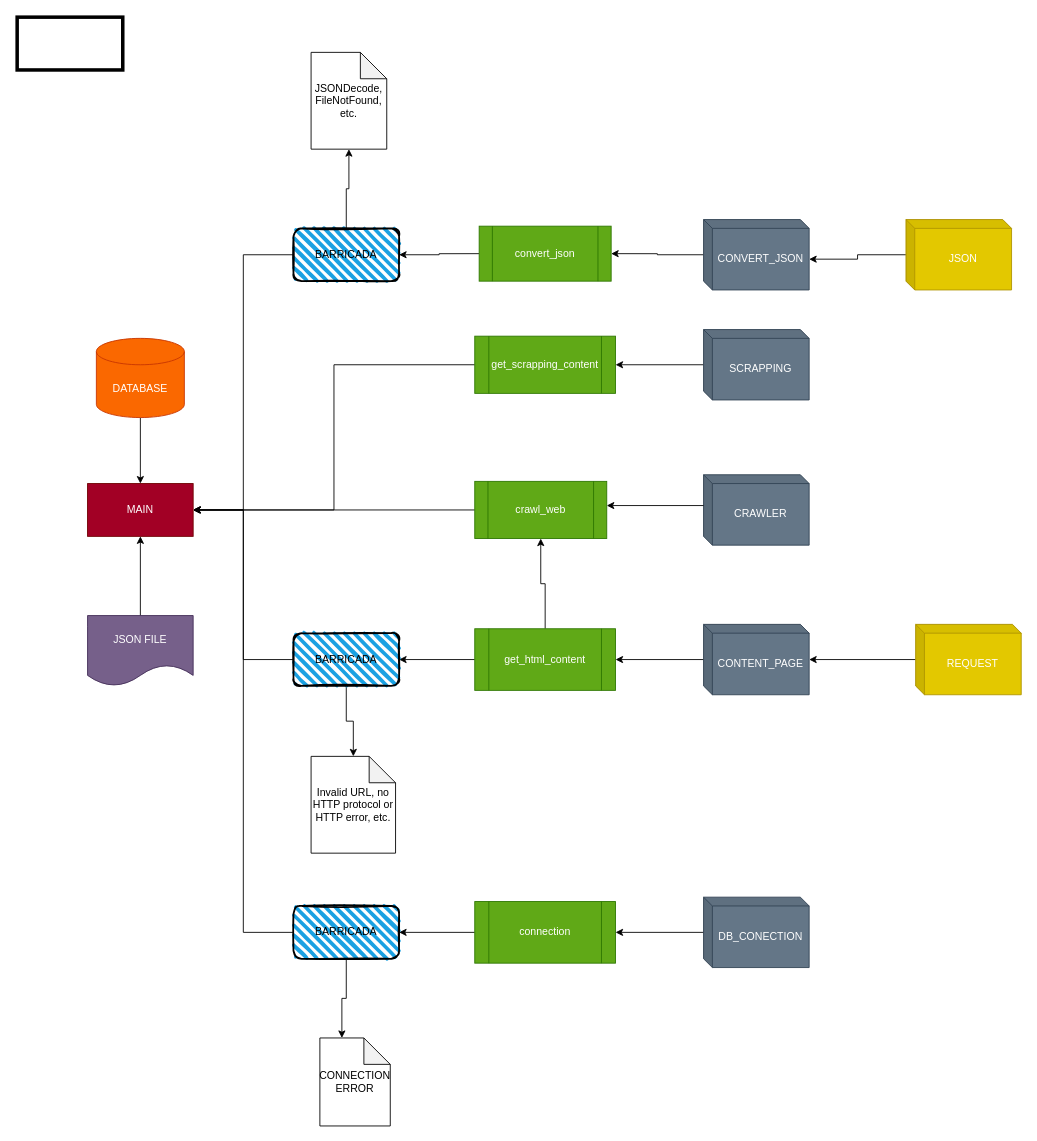
The draw.io diagram page "Page-1" (2 of 2) of docs/DiagramaComponentes.drawio in MateoGarciaG/RicksyProject, before the edit. Source tidied: cells renumbered, new cells numbered last; positions are measured from the earlier drawing's top-left corner, leaving out a move shared by most shapes. Both pictures are drawn from the tidied source at 88%, with x=0, y=0 at pixel (17, 17).
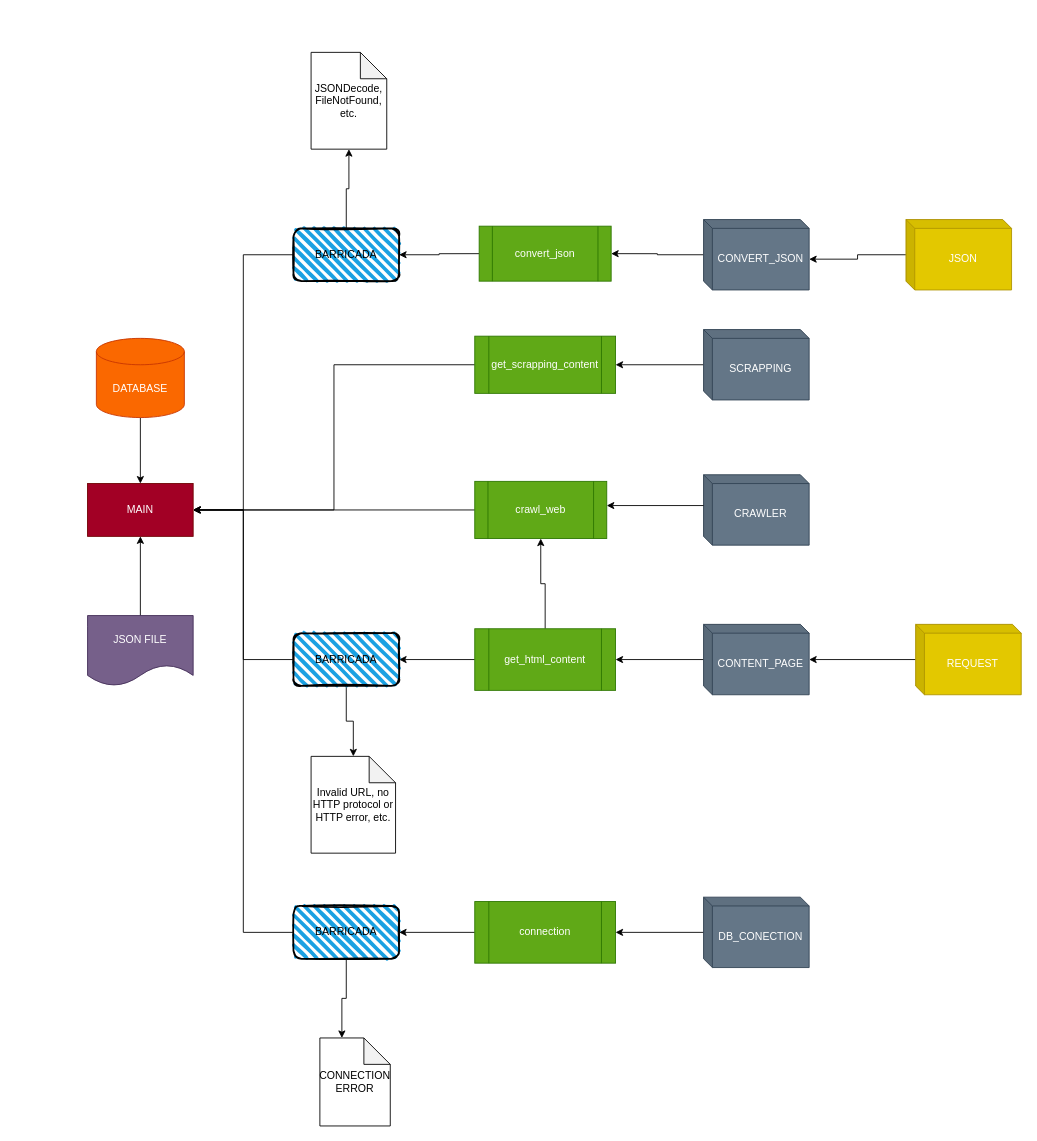
The same page after the edit.

What changed in the source:
```diff
@@
-    <mxCell id="44" style="rounded=0;whiteSpace=wrap;html=1;fillColor=none;strokeWidth=4;" parent="1" vertex="1">
-      <mxGeometry width="120" height="60" as="geometry" />
-    </mxCell>
```
